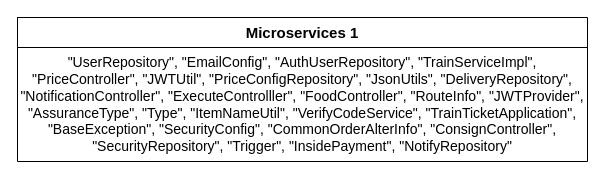
Above: microservices.drawio in cloudhubs/train-ticket-monolith (draw.io), before the change. Source tidied: cells renumbered, new cells numbered last; positions are measured from the earlier drawing's top-left corner, leaving out a move shared by most shapes. Both pictures are drawn from the tidied source at 100%, with x=0, y=0 at pixel (17, 17).
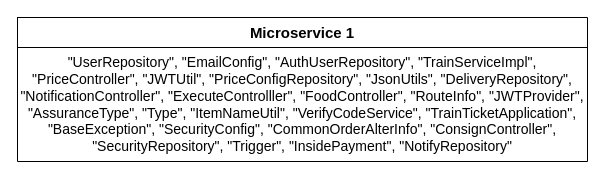
The same page after the edit.

What changed in the source:
```diff
@@
 <mxGraphModel>
   <root>
     <mxCell id="0" />
     <mxCell id="1" parent="0" />
     <mxCell id="2" style="shape=table;startSize=0;childLayout=tableLayout;" parent="1" vertex="1">
       <mxGeometry width="570" height="144" as="geometry" />
     </mxCell>
     <mxCell id="3" style="shape=tableRow;horizontal=0;startSize=0;swimlaneHead=0;swimlaneBody=0;strokeColor=inherit;top=0;left=0;bottom=0;right=0;fillColor=none;" parent="2" vertex="1">
       <mxGeometry width="570" height="30" as="geometry" />
     </mxCell>
-    <mxCell id="4" value="&lt;font size=&quot;1&quot; style=&quot;&quot;&gt;&lt;b style=&quot;font-size: 15px;&quot;&gt;Microservices 1&lt;/b&gt;&lt;/font&gt;" style="shape=partialRectangle;html=1;whiteSpace=wrap;strokeColor=inherit;overflow=hidden;fillColor=none;top=0;left=0;bottom=0;right=0;" parent="3" vertex="1">
+    <mxCell id="4" value="&lt;font size=&quot;1&quot; style=&quot;&quot;&gt;&lt;b style=&quot;font-size: 15px;&quot;&gt;Microservice 1&lt;/b&gt;&lt;/font&gt;" style="shape=partialRectangle;html=1;whiteSpace=wrap;strokeColor=inherit;overflow=hidden;fillColor=none;top=0;left=0;bottom=0;right=0;" parent="3" vertex="1">
       <mxGeometry width="570" height="30" as="geometry" />
     </mxCell>
     <mxCell id="5" style="shape=tableRow;horizontal=0;startSize=0;swimlaneHead=0;swimlaneBody=0;strokeColor=inherit;top=0;left=0;bottom=0;right=0;fillColor=none;" parent="2" vertex="1">
       <mxGeometry y="30" width="570" height="114" as="geometry" />
     </mxCell>
     <mxCell id="6" value="&lt;div style=&quot;&quot;&gt;&lt;span style=&quot;background-color: initial;&quot;&gt;&lt;font style=&quot;font-size: 14px;&quot;&gt;&quot;UserRepository&quot;, &quot;EmailConfig&quot;, &quot;AuthUserRepository&quot;, &quot;TrainServiceImpl&quot;, &quot;PriceController&quot;, &quot;JWTUtil&quot;, &quot;PriceConfigRepository&quot;, &quot;JsonUtils&quot;, &quot;DeliveryRepository&quot;, &quot;NotificationController&quot;, &quot;ExecuteControlller&quot;, &quot;FoodController&quot;, &quot;RouteInfo&quot;, &quot;JWTProvider&quot;, &quot;AssuranceType&quot;, &quot;Type&quot;, &quot;ItemNameUtil&quot;, &quot;VerifyCodeService&quot;, &quot;TrainTicketApplication&quot;, &quot;BaseException&quot;, &quot;SecurityConfig&quot;, &quot;CommonOrderAlterInfo&quot;, &quot;ConsignController&quot;, &quot;SecurityRepository&quot;, &quot;Trigger&quot;, &quot;InsidePayment&quot;, &quot;NotifyRepository&quot;&lt;/font&gt;&lt;/span&gt;&lt;/div&gt;" style="shape=partialRectangle;html=1;whiteSpace=wrap;strokeColor=inherit;overflow=hidden;fillColor=none;top=0;left=0;bottom=0;right=0;align=center;" parent="5" vertex="1">
       <mxGeometry width="570" height="114" as="geometry" />
     </mxCell>
   </root>
 </mxGraphModel>
```
